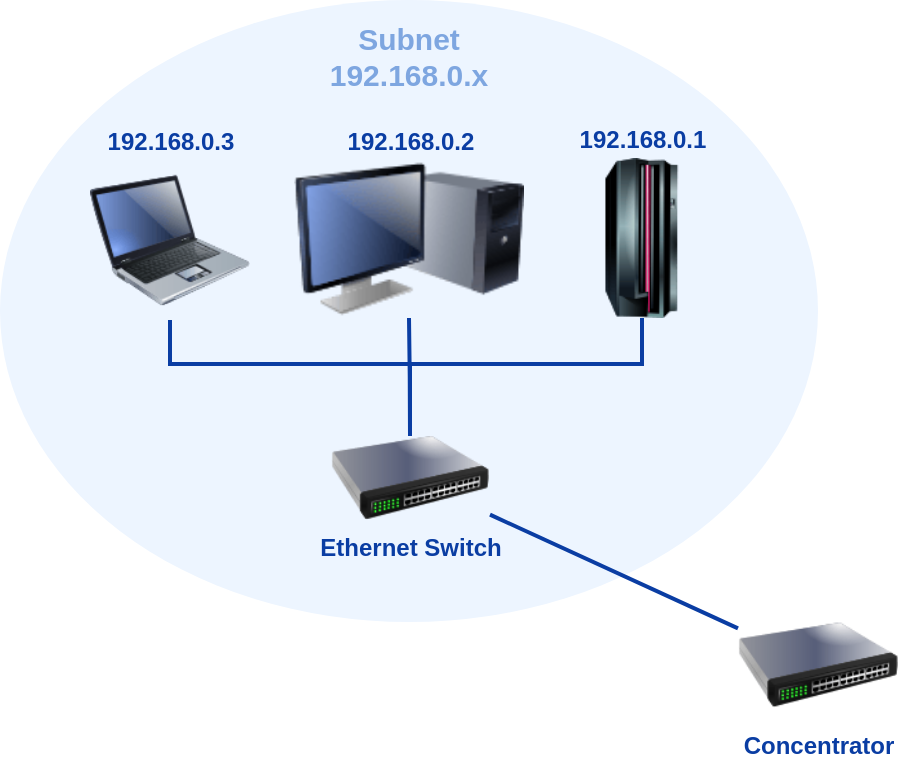
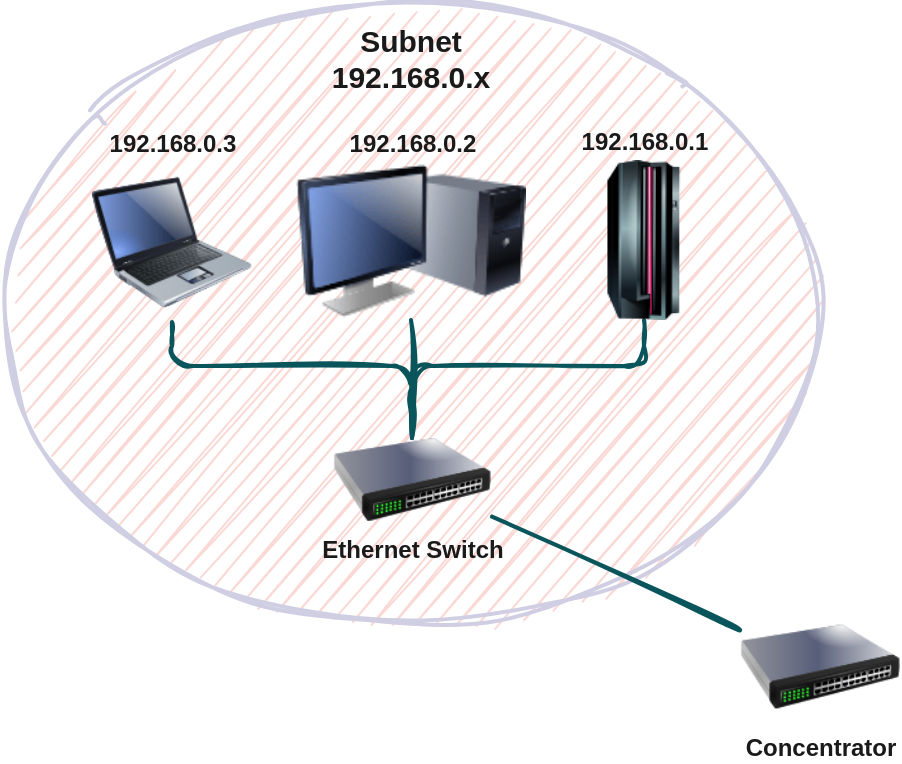
<mxfile host="app.diagrams.net" agent="Mozilla/5.0 (Macintosh; Intel Mac OS X 10_15_7) AppleWebKit/537.36 (KHTML, like Gecko) Chrome/125.0.0.0 Safari/537.36" border="50" scale="3" compressed="false" locked="false">
  <diagram name="Blank" id="YmL12bMKpDGza6XwsDPr">
-     <mxGraphModel dx="2154" dy="981" grid="0" gridSize="10" guides="1" tooltips="1" connect="1" arrows="1" fold="1" page="0" pageScale="1" pageWidth="827" pageHeight="1169" background="none" math="1" shadow="0">
+     <mxGraphModel dx="2214" dy="814" grid="0" gridSize="10" guides="1" tooltips="1" connect="1" arrows="1" fold="1" page="0" pageScale="1" pageWidth="827" pageHeight="1169" background="none" math="1" shadow="0">
      <root>
        <mxCell id="X5NqExCQtvZxIxQ7pmgY-0" />
        <mxCell id="1" parent="X5NqExCQtvZxIxQ7pmgY-0" />
        <object label="Subnet&lt;br&gt;%subnet%.x" placeholders="1" subnet="192.168.0" id="Gr0Zq-AI6Quabplr0KPa-98">
-           <mxCell style="ellipse;whiteSpace=wrap;html=1;strokeWidth=2;fillColor=#EDF5FF;fontSize=15;strokeColor=none;container=1;verticalAlign=top;spacingBottom=0;spacingTop=4;fontStyle=1;fontColor=#7EA6E0;metaEdit=1;" parent="1" vertex="1">
-             <mxGeometry x="-576" y="218" width="409" height="311" as="geometry">
-               <mxRectangle x="-576" y="218" width="250" height="60" as="alternateBounds" />
+           <mxCell parent="1" style="ellipse;whiteSpace=wrap;html=1;strokeWidth=2;fillColor=#FAD9D5;fontSize=15;strokeColor=#D0CEE2;container=1;verticalAlign=top;spacingBottom=0;spacingTop=4;fontStyle=1;metaEdit=1;labelBackgroundColor=none;fontColor=#1A1A1A;sketch=1;curveFitting=1;jiggle=2;rounded=1;" vertex="1">
+             <mxGeometry height="311" width="409" x="-576" y="218" as="geometry">
+               <mxRectangle height="60" width="250" x="-576" y="218" as="alternateBounds" />
            </mxGeometry>
          </mxCell>
        </object>
-         <mxCell id="Gr0Zq-AI6Quabplr0KPa-99" value="" style="edgeStyle=orthogonalEdgeStyle;rounded=0;html=1;endArrow=none;endFill=0;strokeColor=#0A3DA3;strokeWidth=2;fontSize=12;fontColor=#0A3DA3;startSize=8;endSize=8;curved=1;" parent="Gr0Zq-AI6Quabplr0KPa-98" source="Gr0Zq-AI6Quabplr0KPa-105" target="Gr0Zq-AI6Quabplr0KPa-102" edge="1">
+         <mxCell id="Gr0Zq-AI6Quabplr0KPa-99" edge="1" parent="Gr0Zq-AI6Quabplr0KPa-98" source="Gr0Zq-AI6Quabplr0KPa-105" style="edgeStyle=orthogonalEdgeStyle;rounded=1;html=1;endArrow=none;endFill=0;strokeColor=#09555B;strokeWidth=2;fontSize=12;fontColor=default;startSize=8;endSize=8;curved=1;labelBackgroundColor=none;sketch=1;curveFitting=1;jiggle=2;" target="Gr0Zq-AI6Quabplr0KPa-102" value="">
          <mxGeometry relative="1" as="geometry" />
        </mxCell>
-         <mxCell id="Gr0Zq-AI6Quabplr0KPa-100" style="edgeStyle=orthogonalEdgeStyle;html=1;endArrow=none;endFill=0;strokeWidth=2;fontSize=12;fontColor=#0A3DA3;strokeColor=#0A3DA3;rounded=0;startSize=8;endSize=8;curved=0;" parent="Gr0Zq-AI6Quabplr0KPa-98" source="Gr0Zq-AI6Quabplr0KPa-103" target="Gr0Zq-AI6Quabplr0KPa-105" edge="1">
+         <mxCell id="Gr0Zq-AI6Quabplr0KPa-100" edge="1" parent="Gr0Zq-AI6Quabplr0KPa-98" source="Gr0Zq-AI6Quabplr0KPa-103" style="edgeStyle=orthogonalEdgeStyle;html=1;endArrow=none;endFill=0;strokeWidth=2;fontSize=12;fontColor=default;strokeColor=#09555B;rounded=1;startSize=8;endSize=8;curved=0;labelBackgroundColor=none;sketch=1;curveFitting=1;jiggle=2;" target="Gr0Zq-AI6Quabplr0KPa-105">
          <mxGeometry relative="1" as="geometry">
-             <mxPoint x="-6" y="239" as="targetPoint" />
            <Array as="points">
              <mxPoint x="85" y="182" />
              <mxPoint x="205" y="182" />
            </Array>
+             <mxPoint x="-6" y="239" as="targetPoint" />
          </mxGeometry>
        </mxCell>
-         <mxCell id="Gr0Zq-AI6Quabplr0KPa-101" style="edgeStyle=orthogonalEdgeStyle;html=1;endArrow=none;endFill=0;strokeWidth=2;fontSize=12;fontColor=#0A3DA3;strokeColor=#0A3DA3;rounded=0;startSize=8;endSize=8;curved=0;" parent="Gr0Zq-AI6Quabplr0KPa-98" source="Gr0Zq-AI6Quabplr0KPa-104" target="Gr0Zq-AI6Quabplr0KPa-105" edge="1">
+         <mxCell id="Gr0Zq-AI6Quabplr0KPa-101" edge="1" parent="Gr0Zq-AI6Quabplr0KPa-98" source="Gr0Zq-AI6Quabplr0KPa-104" style="edgeStyle=orthogonalEdgeStyle;html=1;endArrow=none;endFill=0;strokeWidth=2;fontSize=12;fontColor=default;strokeColor=#09555B;rounded=1;startSize=8;endSize=8;curved=0;labelBackgroundColor=none;sketch=1;curveFitting=1;jiggle=2;" target="Gr0Zq-AI6Quabplr0KPa-105">
          <mxGeometry relative="1" as="geometry">
-             <mxPoint x="205" y="211" as="targetPoint" />
            <Array as="points">
              <mxPoint x="321" y="182" />
              <mxPoint x="205" y="182" />
            </Array>
+             <mxPoint x="205" y="211" as="targetPoint" />
          </mxGeometry>
        </mxCell>
        <object label="%subnet%.2" placeholders="1" id="Gr0Zq-AI6Quabplr0KPa-102">
-           <mxCell style="image;html=1;image=img/lib/clip_art/computers/Monitor_Tower_128x128.png;fontFamily=Helvetica;fontSize=12;fontColor=#0A3DA3;align=center;strokeWidth=2;fillColor=#EDF5FF;fontStyle=1;verticalAlign=bottom;strokeColor=none;labelBackgroundColor=#EDF5FF;labelBorderColor=none;labelPosition=center;verticalLabelPosition=top;" parent="Gr0Zq-AI6Quabplr0KPa-98" vertex="1">
-             <mxGeometry x="147" y="80" width="115" height="79" as="geometry" />
+           <mxCell parent="Gr0Zq-AI6Quabplr0KPa-98" style="image;html=1;image=img/lib/clip_art/computers/Monitor_Tower_128x128.png;fontFamily=Helvetica;fontSize=12;fontColor=#1A1A1A;align=center;strokeWidth=2;fillColor=#FAD9D5;fontStyle=1;verticalAlign=bottom;strokeColor=none;labelBackgroundColor=none;labelBorderColor=none;labelPosition=center;verticalLabelPosition=top;sketch=1;curveFitting=1;jiggle=2;rounded=1;" vertex="1">
+             <mxGeometry height="79" width="115" x="147" y="80" as="geometry" />
          </mxCell>
        </object>
        <object label="%subnet%.3" placeholders="1" id="Gr0Zq-AI6Quabplr0KPa-103">
-           <mxCell style="image;html=1;image=img/lib/clip_art/computers/Laptop_128x128.png;fontFamily=Helvetica;fontSize=12;fontColor=#0A3DA3;align=center;strokeWidth=2;fillColor=#EDF5FF;fontStyle=1;verticalAlign=bottom;strokeColor=none;labelBackgroundColor=#EDF5FF;labelBorderColor=none;labelPosition=center;verticalLabelPosition=top;" parent="Gr0Zq-AI6Quabplr0KPa-98" vertex="1">
-             <mxGeometry x="45" y="80" width="80" height="80" as="geometry" />
+           <mxCell parent="Gr0Zq-AI6Quabplr0KPa-98" style="image;html=1;image=img/lib/clip_art/computers/Laptop_128x128.png;fontFamily=Helvetica;fontSize=12;fontColor=#1A1A1A;align=center;strokeWidth=2;fillColor=#FAD9D5;fontStyle=1;verticalAlign=bottom;strokeColor=none;labelBackgroundColor=none;labelBorderColor=none;labelPosition=center;verticalLabelPosition=top;sketch=1;curveFitting=1;jiggle=2;rounded=1;" vertex="1">
+             <mxGeometry height="80" width="80" x="45" y="80" as="geometry" />
          </mxCell>
        </object>
        <object label="%subnet%.1" placeholders="1" id="Gr0Zq-AI6Quabplr0KPa-104">
-           <mxCell style="image;html=1;image=img/lib/clip_art/computers/Mainframe_128x128.png;strokeColor=none;strokeWidth=2;fillColor=#EDF5FF;fontSize=12;fontColor=#0A3DA3;labelBackgroundColor=#EDF5FF;fontStyle=1;labelBorderColor=none;labelPosition=center;verticalLabelPosition=top;align=center;verticalAlign=bottom;" parent="Gr0Zq-AI6Quabplr0KPa-98" vertex="1">
-             <mxGeometry x="281" y="79" width="80" height="80" as="geometry" />
+           <mxCell parent="Gr0Zq-AI6Quabplr0KPa-98" style="image;html=1;image=img/lib/clip_art/computers/Mainframe_128x128.png;strokeColor=none;strokeWidth=2;fillColor=#FAD9D5;fontSize=12;fontColor=#1A1A1A;labelBackgroundColor=none;fontStyle=1;labelBorderColor=none;labelPosition=center;verticalLabelPosition=top;align=center;verticalAlign=bottom;sketch=1;curveFitting=1;jiggle=2;rounded=1;" vertex="1">
+             <mxGeometry height="80" width="80" x="281" y="79" as="geometry" />
          </mxCell>
        </object>
-         <mxCell id="Gr0Zq-AI6Quabplr0KPa-105" value="Ethernet Switch" style="image;html=1;image=img/lib/clip_art/networking/Switch_128x128.png;strokeColor=none;strokeWidth=2;fillColor=#EDF5FF;fontSize=12;labelBackgroundColor=#EDF5FF;fontStyle=1;fontColor=#0A3DA3;" parent="Gr0Zq-AI6Quabplr0KPa-98" vertex="1">
-           <mxGeometry x="165" y="218" width="80" height="42" as="geometry" />
+         <mxCell id="Gr0Zq-AI6Quabplr0KPa-105" parent="Gr0Zq-AI6Quabplr0KPa-98" style="image;html=1;image=img/lib/clip_art/networking/Switch_128x128.png;strokeColor=none;strokeWidth=2;fillColor=#FAD9D5;fontSize=12;labelBackgroundColor=none;fontStyle=1;fontColor=#1A1A1A;sketch=1;curveFitting=1;jiggle=2;rounded=1;" value="Ethernet Switch" vertex="1">
+           <mxGeometry height="42" width="80" x="165" y="218" as="geometry" />
        </mxCell>
-         <mxCell id="Gr0Zq-AI6Quabplr0KPa-106" style="edgeStyle=none;curved=1;html=1;strokeWidth=2;fontSize=12;endArrow=none;endFill=0;rounded=0;fontColor=#0A3DA3;strokeColor=#0A3DA3;startSize=8;endSize=8;" parent="1" source="Gr0Zq-AI6Quabplr0KPa-107" target="Gr0Zq-AI6Quabplr0KPa-105" edge="1">
+         <mxCell id="Gr0Zq-AI6Quabplr0KPa-106" edge="1" parent="1" source="Gr0Zq-AI6Quabplr0KPa-107" style="edgeStyle=none;curved=1;html=1;strokeWidth=2;fontSize=12;endArrow=none;endFill=0;rounded=1;fontColor=default;strokeColor=#09555B;startSize=8;endSize=8;labelBackgroundColor=none;sketch=1;curveFitting=1;jiggle=2;" target="Gr0Zq-AI6Quabplr0KPa-105">
          <mxGeometry relative="1" as="geometry">
            <mxPoint x="-348" y="468" as="targetPoint" />
          </mxGeometry>
        </mxCell>
-         <mxCell id="Gr0Zq-AI6Quabplr0KPa-107" value="Concentrator&lt;br&gt;" style="image;html=1;image=img/lib/clip_art/networking/Switch_128x128.png;strokeColor=none;strokeWidth=2;fillColor=#EDF5FF;fontSize=12;fontColor=#0A3DA3;fontStyle=1;labelBackgroundColor=none;" parent="1" vertex="1">
-           <mxGeometry x="-207" y="524" width="80" height="53" as="geometry" />
+         <mxCell id="Gr0Zq-AI6Quabplr0KPa-107" parent="1" style="image;html=1;image=img/lib/clip_art/networking/Switch_128x128.png;strokeColor=none;strokeWidth=2;fillColor=#FAD9D5;fontSize=12;fontColor=#1A1A1A;fontStyle=1;labelBackgroundColor=none;sketch=1;curveFitting=1;jiggle=2;rounded=1;" value="Concentrator&lt;br&gt;" vertex="1">
+           <mxGeometry height="53" width="80" x="-207" y="524" as="geometry" />
        </mxCell>
      </root>
    </mxGraphModel>
  </diagram>
</mxfile>
